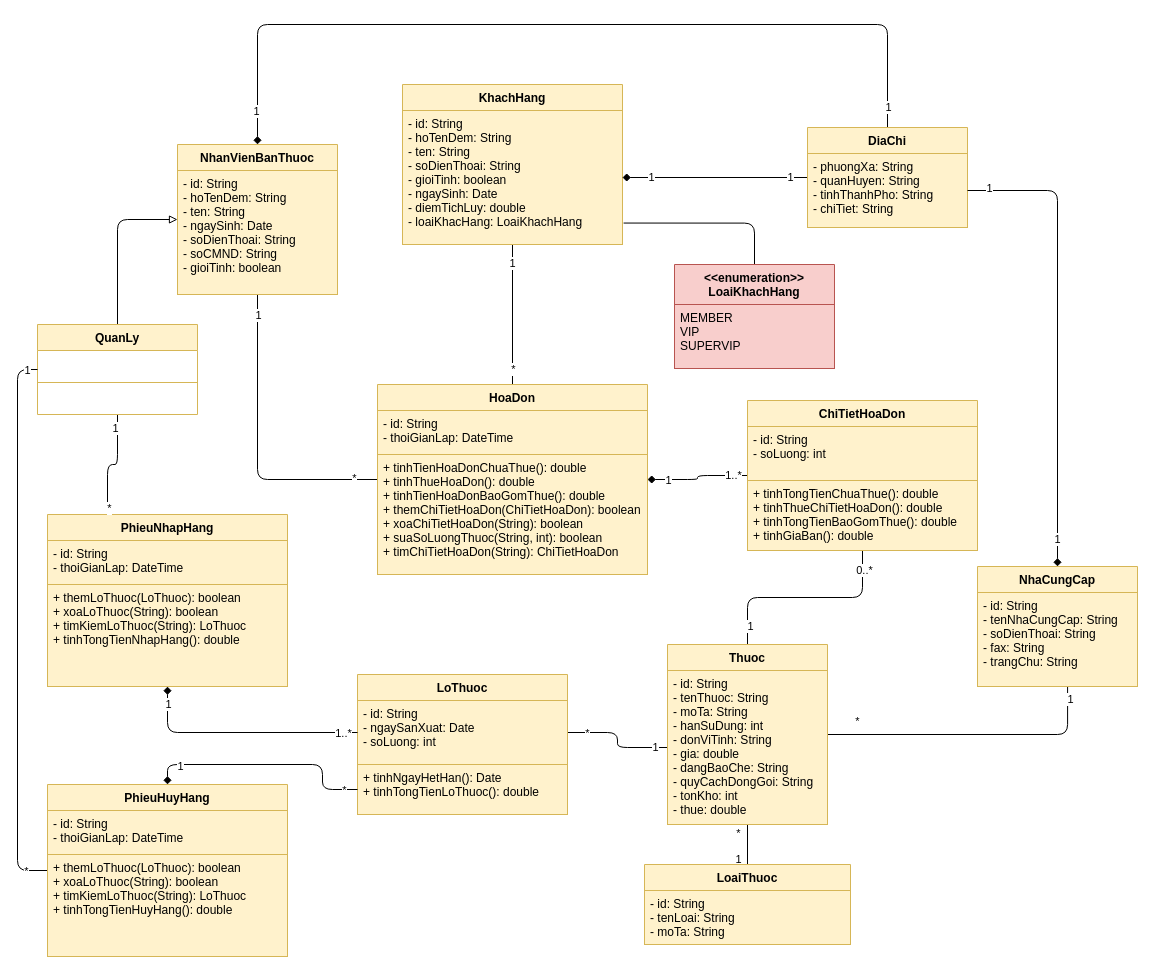
Before: phamarcy_class_diagram.drawio in duchoan6814/Truong-Duc-Hoan, a draw.io diagram. Source tidied: cells renumbered, new cells numbered last; positions are measured from the earlier drawing's top-left corner, leaving out a move shared by most shapes. Both pictures are drawn from the tidied source at 100%, with x=0, y=0 at pixel (37, 24).
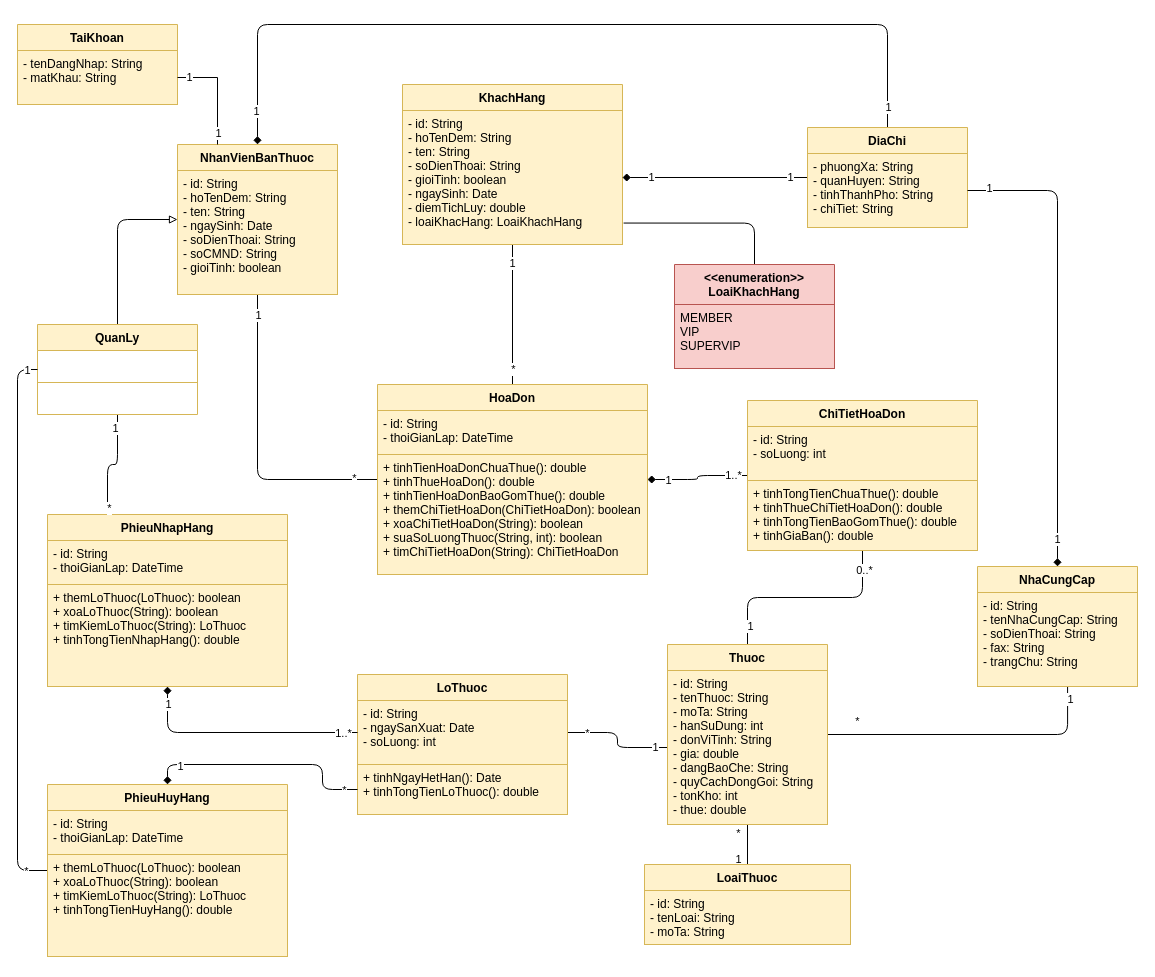
The same page after the edit.

The change refers to these unchanged cells:
```xml
<mxCell id="18" value="NhanVienBanThuoc" style="swimlane;fontStyle=1;align=center;verticalAlign=top;horizontal=1;startSize=26;fillColor=#fff2cc;strokeColor=#d6b656;" parent="1" vertex="1">
  <mxGeometry x="140" y="120" width="160" height="150" as="geometry" />
</mxCell>
```

Diff of the diagram source:
```diff
@@
+    <mxCell id="77" value="TaiKhoan" style="swimlane;fontStyle=1;align=center;verticalAlign=top;horizontal=1;startSize=26;fillColor=#fff2cc;strokeColor=#d6b656;" parent="1" vertex="1">
+      <mxGeometry x="-20" width="160" height="80" as="geometry" />
+    </mxCell>
+    <mxCell id="78" value="- tenDangNhap: String&#10;- matKhau: String" style="text;strokeColor=#d6b656;fillColor=#fff2cc;align=left;verticalAlign=top;spacingLeft=4;spacingRight=4;overflow=hidden;points=[[0,0.5],[1,0.5]];portConstraint=eastwest;" parent="77" vertex="1">
+      <mxGeometry y="26" width="160" height="54" as="geometry" />
+    </mxCell>
+    <mxCell id="79" style="edgeStyle=orthogonalEdgeStyle;rounded=0;jettySize=auto;html=1;exitX=1;exitY=0.5;exitDx=0;exitDy=0;entryX=0.25;entryY=0;entryDx=0;entryDy=0;endArrow=none;endFill=0;" parent="1" edge="1" source="78" target="18">
+      <mxGeometry relative="1" as="geometry" />
+    </mxCell>
+    <mxCell id="80" value="1" style="edgeLabel;html=1;align=center;verticalAlign=middle;" parent="79" vertex="1">
+      <mxGeometry x="-0.8" y="1" relative="1" as="geometry" />
+    </mxCell>
+    <mxCell id="81" value="1" style="edgeLabel;html=1;align=center;verticalAlign=middle;" parent="79" vertex="1">
+      <mxGeometry x="0.78" relative="1" as="geometry" />
+    </mxCell>
```
